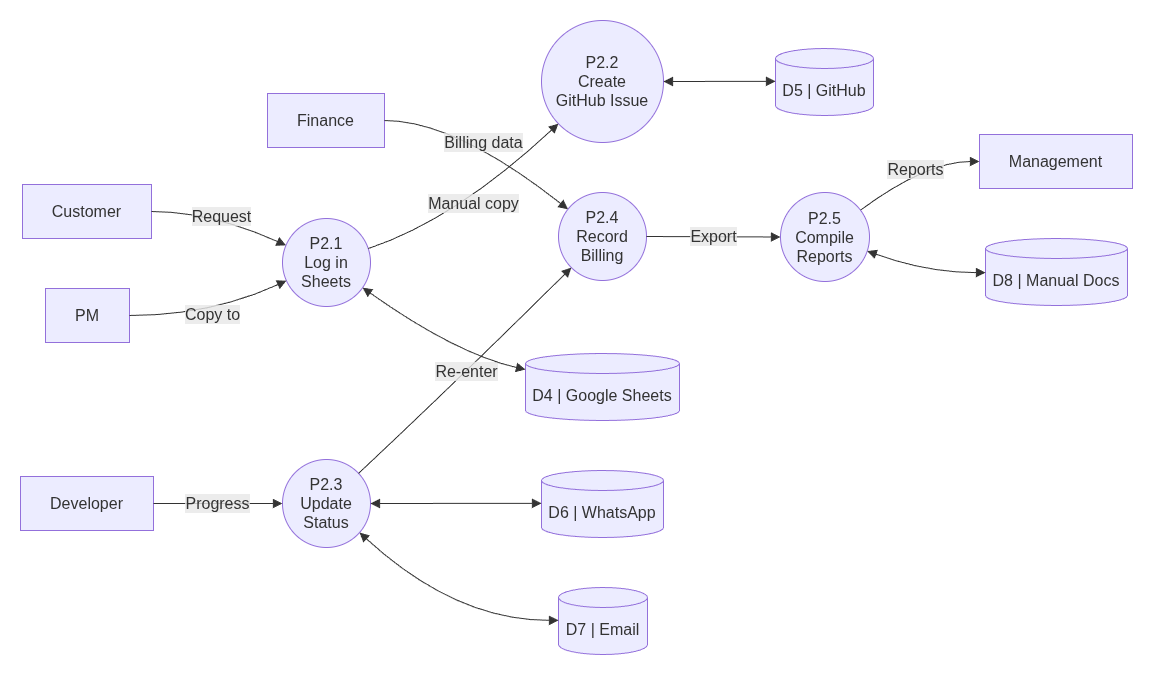
naim1405/ISAD keeps this draw.io diagram as NextStepBD_report/images/fig-4-18.png. Above is the earlier version. Source tidied: cells renumbered, new cells last; positions are measured from the earlier drawing's top-left corner, leaving out a move shared by most shapes.
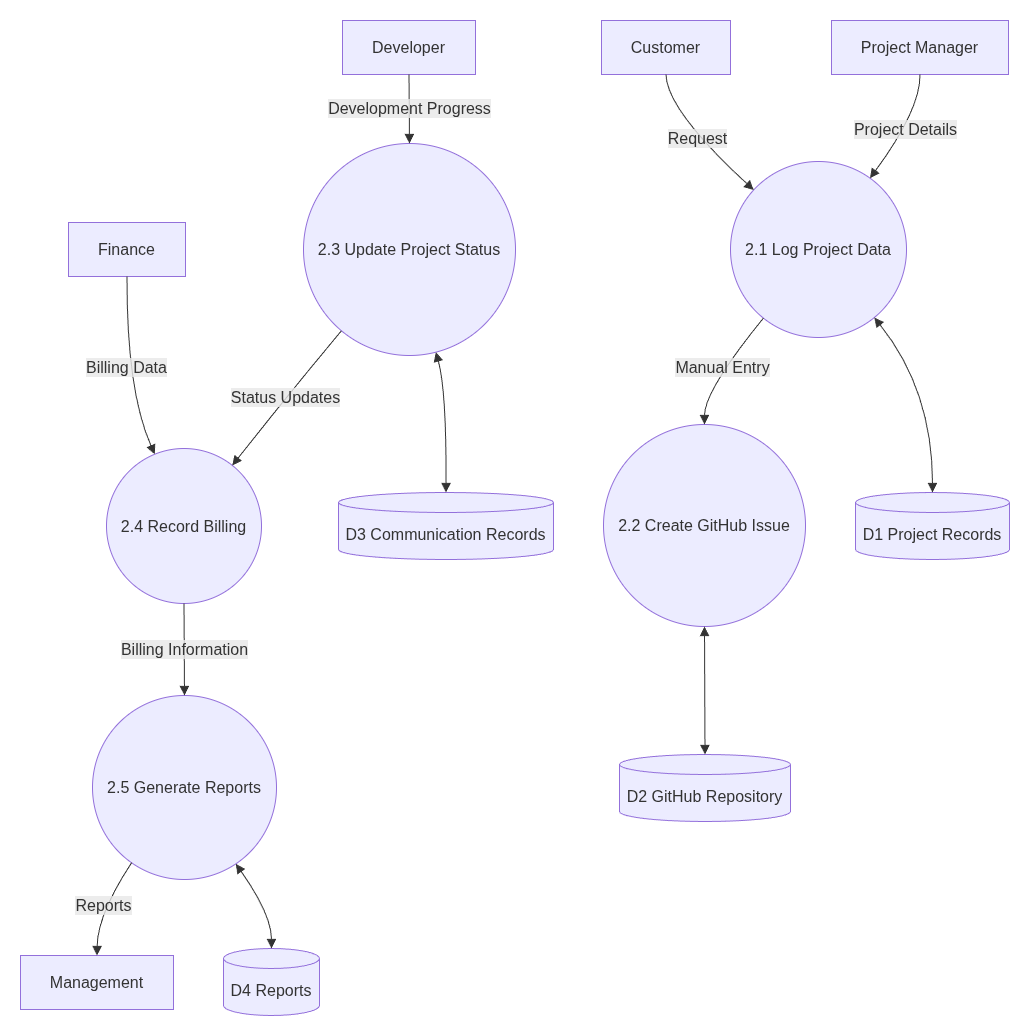
After the commit.

What changed in the source:
```diff
@@ -8,50 +8,47 @@
     <mxCell id="3" value="Customer" style="html=1;whiteSpace=wrap;strokeWidth=1;fillColor=light-dark(#ECECFF,#1f2020);strokeColor=light-dark(#9370DB,#cccccc);fontColor=light-dark(#333333,#cccccc);fontFamily=Trebuchet MS,Verdana,Arial,sans-serif;fontSize=16;" parent="2" vertex="1">
-      <mxGeometry x="72" y="204" width="129" height="54" as="geometry" />
+      <mxGeometry x="621" y="90" width="129" height="54" as="geometry" />
     </mxCell>
-    <mxCell id="4" value="PM" style="html=1;whiteSpace=wrap;strokeWidth=1;fillColor=light-dark(#ECECFF,#1f2020);strokeColor=light-dark(#9370DB,#cccccc);fontColor=light-dark(#333333,#cccccc);fontFamily=Trebuchet MS,Verdana,Arial,sans-serif;fontSize=16;" parent="2" vertex="1">
-      <mxGeometry x="95" y="308" width="84" height="54" as="geometry" />
-    </mxCell>
+    <mxCell id="31" value="Project Manager" style="html=1;whiteSpace=wrap;strokeWidth=1;fillColor=light-dark(#ECECFF,#1f2020);strokeColor=light-dark(#9370DB,#cccccc);fontColor=light-dark(#333333,#cccccc);fontFamily=Trebuchet MS,Verdana,Arial,sans-serif;fontSize=16;" parent="2" vertex="1">
+      <mxGeometry x="851" y="90" width="177" height="54" as="geometry" />
+    </mxCell>
     <mxCell id="5" value="Developer" style="html=1;whiteSpace=wrap;strokeWidth=1;fillColor=light-dark(#ECECFF,#1f2020);strokeColor=light-dark(#9370DB,#cccccc);fontColor=light-dark(#333333,#cccccc);fontFamily=Trebuchet MS,Verdana,Arial,sans-serif;fontSize=16;" parent="2" vertex="1">
-      <mxGeometry x="70" y="496" width="133" height="54" as="geometry" />
+      <mxGeometry x="362" y="90" width="133" height="54" as="geometry" />
     </mxCell>
     <mxCell id="6" value="Finance" style="html=1;whiteSpace=wrap;strokeWidth=1;fillColor=light-dark(#ECECFF,#1f2020);strokeColor=light-dark(#9370DB,#cccccc);fontColor=light-dark(#333333,#cccccc);fontFamily=Trebuchet MS,Verdana,Arial,sans-serif;fontSize=16;" parent="2" vertex="1">
-      <mxGeometry x="317" y="113" width="117" height="54" as="geometry" />
+      <mxGeometry x="88" y="292" width="117" height="54" as="geometry" />
     </mxCell>
     <mxCell id="7" value="Management" style="html=1;whiteSpace=wrap;strokeWidth=1;fillColor=light-dark(#ECECFF,#1f2020);strokeColor=light-dark(#9370DB,#cccccc);fontColor=light-dark(#333333,#cccccc);fontFamily=Trebuchet MS,Verdana,Arial,sans-serif;fontSize=16;" parent="2" vertex="1">
-      <mxGeometry x="1029" y="154" width="153" height="54" as="geometry" />
+      <mxGeometry x="40" y="1025" width="153" height="54" as="geometry" />
     </mxCell>
-    <mxCell id="8" value="P2.1&#10;Log in&#10;Sheets" style="ellipse;html=1;strokeWidth=1;whiteSpace=wrap;fillColor=light-dark(#ECECFF,#1f2020);strokeColor=light-dark(#9370DB,#cccccc);fontColor=light-dark(#333333,#cccccc);fontFamily=Trebuchet MS,Verdana,Arial,sans-serif;fontSize=16;" parent="2" vertex="1">
-      <mxGeometry x="332" y="238" width="88" height="88" as="geometry" />
-    </mxCell>
-    <mxCell id="9" value="P2.2&#10;Create&#10;GitHub Issue" style="ellipse;html=1;strokeWidth=1;whiteSpace=wrap;fillColor=light-dark(#ECECFF,#1f2020);strokeColor=light-dark(#9370DB,#cccccc);fontColor=light-dark(#333333,#cccccc);fontFamily=Trebuchet MS,Verdana,Arial,sans-serif;fontSize=16;" parent="2" vertex="1">
-      <mxGeometry x="591" y="40" width="122" height="122" as="geometry" />
-    </mxCell>
-    <mxCell id="10" value="P2.3&#10;Update&#10;Status" style="ellipse;html=1;strokeWidth=1;whiteSpace=wrap;fillColor=light-dark(#ECECFF,#1f2020);strokeColor=light-dark(#9370DB,#cccccc);fontColor=light-dark(#333333,#cccccc);fontFamily=Trebuchet MS,Verdana,Arial,sans-serif;fontSize=16;" parent="2" vertex="1">
-      <mxGeometry x="332" y="479" width="88" height="88" as="geometry" />
-    </mxCell>
-    <mxCell id="11" value="P2.4&#10;Record&#10;Billing" style="ellipse;html=1;strokeWidth=1;whiteSpace=wrap;fillColor=light-dark(#ECECFF,#1f2020);strokeColor=light-dark(#9370DB,#cccccc);fontColor=light-dark(#333333,#cccccc);fontFamily=Trebuchet MS,Verdana,Arial,sans-serif;fontSize=16;" parent="2" vertex="1">
-      <mxGeometry x="608" y="212" width="88" height="88" as="geometry" />
-    </mxCell>
-    <mxCell id="12" value="P2.5&#10;Compile&#10;Reports" style="ellipse;html=1;strokeWidth=1;whiteSpace=wrap;fillColor=light-dark(#ECECFF,#1f2020);strokeColor=light-dark(#9370DB,#cccccc);fontColor=light-dark(#333333,#cccccc);fontFamily=Trebuchet MS,Verdana,Arial,sans-serif;fontSize=16;" parent="2" vertex="1">
-      <mxGeometry x="830" y="212" width="89" height="89" as="geometry" />
-    </mxCell>
-    <mxCell id="13" value="D4 | Google Sheets" style="html=1;shape=cylinder3;boundedLbl=1;backgroundOutline=1;size=10;strokeWidth=1;whiteSpace=wrap;fillColor=light-dark(#ECECFF,#1f2020);strokeColor=light-dark(#9370DB,#cccccc);fontColor=light-dark(#333333,#cccccc);fontFamily=Trebuchet MS,Verdana,Arial,sans-serif;fontSize=16;" parent="2" vertex="1">
-      <mxGeometry x="575" y="373" width="154" height="67" as="geometry" />
-    </mxCell>
-    <mxCell id="14" value="D5 | GitHub" style="html=1;shape=cylinder3;boundedLbl=1;backgroundOutline=1;size=10;strokeWidth=1;whiteSpace=wrap;fillColor=light-dark(#ECECFF,#1f2020);strokeColor=light-dark(#9370DB,#cccccc);fontColor=light-dark(#333333,#cccccc);fontFamily=Trebuchet MS,Verdana,Arial,sans-serif;fontSize=16;" parent="2" vertex="1">
-      <mxGeometry x="825" y="68" width="98" height="67" as="geometry" />
-    </mxCell>
-    <mxCell id="15" value="D6 | WhatsApp" style="html=1;shape=cylinder3;boundedLbl=1;backgroundOutline=1;size=10;strokeWidth=1;whiteSpace=wrap;fillColor=light-dark(#ECECFF,#1f2020);strokeColor=light-dark(#9370DB,#cccccc);fontColor=light-dark(#333333,#cccccc);fontFamily=Trebuchet MS,Verdana,Arial,sans-serif;fontSize=16;" parent="2" vertex="1">
-      <mxGeometry x="591" y="490" width="122" height="67" as="geometry" />
-    </mxCell>
-    <mxCell id="16" value="D7 | Email" style="html=1;shape=cylinder3;boundedLbl=1;backgroundOutline=1;size=10;strokeWidth=1;whiteSpace=wrap;fillColor=light-dark(#ECECFF,#1f2020);strokeColor=light-dark(#9370DB,#cccccc);fontColor=light-dark(#333333,#cccccc);fontFamily=Trebuchet MS,Verdana,Arial,sans-serif;fontSize=16;" parent="2" vertex="1">
-      <mxGeometry x="608" y="607" width="89" height="67" as="geometry" />
-    </mxCell>
-    <mxCell id="17" value="D8 | Manual Docs" style="html=1;shape=cylinder3;boundedLbl=1;backgroundOutline=1;size=10;strokeWidth=1;whiteSpace=wrap;fillColor=light-dark(#ECECFF,#1f2020);strokeColor=light-dark(#9370DB,#cccccc);fontColor=light-dark(#333333,#cccccc);fontFamily=Trebuchet MS,Verdana,Arial,sans-serif;fontSize=16;" parent="2" vertex="1">
-      <mxGeometry x="1035" y="258" width="142" height="67" as="geometry" />
-    </mxCell>
+    <mxCell id="32" value="2.1 Log Project Data" style="ellipse;html=1;strokeWidth=1;whiteSpace=wrap;fillColor=light-dark(#ECECFF,#1f2020);strokeColor=light-dark(#9370DB,#cccccc);fontColor=light-dark(#333333,#cccccc);fontFamily=Trebuchet MS,Verdana,Arial,sans-serif;fontSize=16;" parent="2" vertex="1">
+      <mxGeometry x="750" y="231" width="176" height="176" as="geometry" />
+    </mxCell>
+    <mxCell id="33" value="2.2 Create GitHub Issue" style="ellipse;html=1;strokeWidth=1;whiteSpace=wrap;fillColor=light-dark(#ECECFF,#1f2020);strokeColor=light-dark(#9370DB,#cccccc);fontColor=light-dark(#333333,#cccccc);fontFamily=Trebuchet MS,Verdana,Arial,sans-serif;fontSize=16;" parent="2" vertex="1">
+      <mxGeometry x="623" y="494" width="202" height="202" as="geometry" />
+    </mxCell>
+    <mxCell id="34" value="2.3 Update Project Status" style="ellipse;html=1;strokeWidth=1;whiteSpace=wrap;fillColor=light-dark(#ECECFF,#1f2020);strokeColor=light-dark(#9370DB,#cccccc);fontColor=light-dark(#333333,#cccccc);fontFamily=Trebuchet MS,Verdana,Arial,sans-serif;fontSize=16;" parent="2" vertex="1">
+      <mxGeometry x="323" y="213" width="212" height="212" as="geometry" />
+    </mxCell>
+    <mxCell id="35" value="2.4 Record Billing" style="ellipse;html=1;strokeWidth=1;whiteSpace=wrap;fillColor=light-dark(#ECECFF,#1f2020);strokeColor=light-dark(#9370DB,#cccccc);fontColor=light-dark(#333333,#cccccc);fontFamily=Trebuchet MS,Verdana,Arial,sans-serif;fontSize=16;" parent="2" vertex="1">
+      <mxGeometry x="126" y="518" width="155" height="155" as="geometry" />
+    </mxCell>
+    <mxCell id="36" value="2.5 Generate Reports" style="ellipse;html=1;strokeWidth=1;whiteSpace=wrap;fillColor=light-dark(#ECECFF,#1f2020);strokeColor=light-dark(#9370DB,#cccccc);fontColor=light-dark(#333333,#cccccc);fontFamily=Trebuchet MS,Verdana,Arial,sans-serif;fontSize=16;" parent="2" vertex="1">
+      <mxGeometry x="112" y="765" width="184" height="184" as="geometry" />
+    </mxCell>
+    <mxCell id="37" value="D1 Project Records" style="html=1;shape=cylinder3;boundedLbl=1;backgroundOutline=1;size=10;strokeWidth=1;whiteSpace=wrap;fillColor=light-dark(#ECECFF,#1f2020);strokeColor=light-dark(#9370DB,#cccccc);fontColor=light-dark(#333333,#cccccc);fontFamily=Trebuchet MS,Verdana,Arial,sans-serif;fontSize=16;" parent="2" vertex="1">
+      <mxGeometry x="875" y="562" width="154" height="67" as="geometry" />
+    </mxCell>
+    <mxCell id="38" value="D2 GitHub Repository" style="html=1;shape=cylinder3;boundedLbl=1;backgroundOutline=1;size=10;strokeWidth=1;whiteSpace=wrap;fillColor=light-dark(#ECECFF,#1f2020);strokeColor=light-dark(#9370DB,#cccccc);fontColor=light-dark(#333333,#cccccc);fontFamily=Trebuchet MS,Verdana,Arial,sans-serif;fontSize=16;" parent="2" vertex="1">
+      <mxGeometry x="639" y="824" width="171" height="67" as="geometry" />
+    </mxCell>
+    <mxCell id="39" value="D3 Communication Records" style="html=1;shape=cylinder3;boundedLbl=1;backgroundOutline=1;size=10;strokeWidth=1;whiteSpace=wrap;fillColor=light-dark(#ECECFF,#1f2020);strokeColor=light-dark(#9370DB,#cccccc);fontColor=light-dark(#333333,#cccccc);fontFamily=Trebuchet MS,Verdana,Arial,sans-serif;fontSize=16;" parent="2" vertex="1">
+      <mxGeometry x="358" y="562" width="215" height="67" as="geometry" />
+    </mxCell>
+    <mxCell id="40" value="D4 Reports" style="html=1;shape=cylinder3;boundedLbl=1;backgroundOutline=1;size=10;strokeWidth=1;whiteSpace=wrap;fillColor=light-dark(#ECECFF,#1f2020);strokeColor=light-dark(#9370DB,#cccccc);fontColor=light-dark(#333333,#cccccc);fontFamily=Trebuchet MS,Verdana,Arial,sans-serif;fontSize=16;" parent="2" vertex="1">
+      <mxGeometry x="243" y="1018" width="96" height="67" as="geometry" />
+    </mxCell>
-    <mxCell id="18" value="Request" style="curved=1;startArrow=none;endArrow=block;endSize=7;strokeColor=light-dark(#333333,#cccccc);html=1;fontSize=16;labelBackgroundColor=light-dark(#E8E8E88D,#2a2a2a8D);fontFamily=Trebuchet MS,Verdana,Arial,sans-serif;fontColor=light-dark(#333333,#cccccc);exitX=1;exitY=0.5;entryX=0;entryY=0.28;rounded=0;" parent="2" edge="1" source="3" target="8">
+    <mxCell id="18" value="Request" style="curved=1;startArrow=none;endArrow=block;endSize=7;strokeColor=light-dark(#333333,#cccccc);html=1;fontSize=16;labelBackgroundColor=light-dark(#E8E8E88D,#2a2a2a8D);fontFamily=Trebuchet MS,Verdana,Arial,sans-serif;fontColor=light-dark(#333333,#cccccc);exitX=0.5;exitY=1;entryX=0;entryY=0.04;rounded=0;" parent="2" edge="1" source="3" target="32">
       <mxGeometry relative="1" as="geometry">
         <Array as="points">
-          <mxPoint x="260" y="231" />
+          <mxPoint x="686" y="179" />
         </Array>
@@ -59,40 +56,40 @@
     </mxCell>
-    <mxCell id="19" value="Copy to" style="curved=1;startArrow=none;endArrow=block;endSize=7;strokeColor=light-dark(#333333,#cccccc);html=1;fontSize=16;labelBackgroundColor=light-dark(#E8E8E88D,#2a2a2a8D);fontFamily=Trebuchet MS,Verdana,Arial,sans-serif;fontColor=light-dark(#333333,#cccccc);exitX=1;exitY=0.5;entryX=0;entryY=0.73;rounded=0;" parent="2" edge="1" source="4" target="8">
-      <mxGeometry relative="1" as="geometry">
-        <Array as="points">
-          <mxPoint x="260" y="335" />
-        </Array>
-      </mxGeometry>
-    </mxCell>
-    <mxCell id="20" value="Manual copy" style="curved=1;startArrow=none;endArrow=block;endSize=7;strokeColor=light-dark(#333333,#cccccc);html=1;fontSize=16;labelBackgroundColor=light-dark(#E8E8E88D,#2a2a2a8D);fontFamily=Trebuchet MS,Verdana,Arial,sans-serif;fontColor=light-dark(#333333,#cccccc);exitX=1;exitY=0.33;entryX=0;entryY=0.97;rounded=0;" parent="2" edge="1" source="8" target="9">
-      <mxGeometry relative="1" as="geometry">
-        <Array as="points">
-          <mxPoint x="505" y="239" />
-        </Array>
-      </mxGeometry>
-    </mxCell>
-    <mxCell id="21" value="Progress" style="curved=1;startArrow=none;endArrow=block;endSize=7;strokeColor=light-dark(#333333,#cccccc);html=1;fontSize=16;labelBackgroundColor=light-dark(#E8E8E88D,#2a2a2a8D);fontFamily=Trebuchet MS,Verdana,Arial,sans-serif;fontColor=light-dark(#333333,#cccccc);exitX=1;exitY=0.5;entryX=0;entryY=0.5;rounded=0;" parent="2" edge="1" source="5" target="10">
-      <mxGeometry relative="1" as="geometry" />
-    </mxCell>
-    <mxCell id="22" value="Re-enter" style="curved=1;startArrow=none;endArrow=block;endSize=7;strokeColor=light-dark(#333333,#cccccc);html=1;fontSize=16;labelBackgroundColor=light-dark(#E8E8E88D,#2a2a2a8D);fontFamily=Trebuchet MS,Verdana,Arial,sans-serif;fontColor=light-dark(#333333,#cccccc);exitX=1;exitY=0.03;entryX=0;entryY=1;rounded=0;" parent="2" edge="1" source="10" target="11">
-      <mxGeometry relative="1" as="geometry">
-        <Array as="points">
-          <mxPoint x="505" y="402" />
-        </Array>
-      </mxGeometry>
-    </mxCell>
-    <mxCell id="23" value="Billing data" style="curved=1;startArrow=none;endArrow=block;endSize=7;strokeColor=light-dark(#333333,#cccccc);html=1;fontSize=16;labelBackgroundColor=light-dark(#E8E8E88D,#2a2a2a8D);fontFamily=Trebuchet MS,Verdana,Arial,sans-serif;fontColor=light-dark(#333333,#cccccc);exitX=1;exitY=0.5;entryX=0;entryY=0.1;rounded=0;" parent="2" edge="1" source="6" target="11">
-      <mxGeometry relative="1" as="geometry">
-        <Array as="points">
-          <mxPoint x="505" y="140" />
-        </Array>
-      </mxGeometry>
-    </mxCell>
-    <mxCell id="24" value="Export" style="curved=1;startArrow=none;endArrow=block;endSize=7;strokeColor=light-dark(#333333,#cccccc);html=1;fontSize=16;labelBackgroundColor=light-dark(#E8E8E88D,#2a2a2a8D);fontFamily=Trebuchet MS,Verdana,Arial,sans-serif;fontColor=light-dark(#333333,#cccccc);exitX=1;exitY=0.5;entryX=0;entryY=0.49;rounded=0;" parent="2" edge="1" source="11" target="12">
-      <mxGeometry relative="1" as="geometry" />
-    </mxCell>
+    <mxCell id="41" value="Project Details" style="curved=1;startArrow=none;endArrow=block;endSize=7;strokeColor=light-dark(#333333,#cccccc);html=1;fontSize=16;labelBackgroundColor=light-dark(#E8E8E88D,#2a2a2a8D);fontFamily=Trebuchet MS,Verdana,Arial,sans-serif;fontColor=light-dark(#333333,#cccccc);exitX=0.5;exitY=1;entryX=0.86;entryY=0;rounded=0;" parent="2" edge="1" source="31" target="32">
+      <mxGeometry relative="1" as="geometry">
+        <Array as="points">
+          <mxPoint x="940" y="179" />
+        </Array>
+      </mxGeometry>
+    </mxCell>
+    <mxCell id="42" value="Manual Entry" style="curved=1;startArrow=none;endArrow=block;endSize=7;strokeColor=light-dark(#333333,#cccccc);html=1;fontSize=16;labelBackgroundColor=light-dark(#E8E8E88D,#2a2a2a8D);fontFamily=Trebuchet MS,Verdana,Arial,sans-serif;fontColor=light-dark(#333333,#cccccc);exitX=0.1;exitY=1;entryX=0.5;entryY=0;rounded=0;" parent="2" edge="1" source="32" target="33">
+      <mxGeometry relative="1" as="geometry">
+        <Array as="points">
+          <mxPoint x="724" y="460" />
+        </Array>
+      </mxGeometry>
+    </mxCell>
+    <mxCell id="43" value="Development Progress" style="curved=1;startArrow=none;endArrow=block;endSize=7;strokeColor=light-dark(#333333,#cccccc);html=1;fontSize=16;labelBackgroundColor=light-dark(#E8E8E88D,#2a2a2a8D);fontFamily=Trebuchet MS,Verdana,Arial,sans-serif;fontColor=light-dark(#333333,#cccccc);exitX=0.5;exitY=1;entryX=0.5;entryY=0;rounded=0;" parent="2" edge="1" source="5" target="34">
+      <mxGeometry relative="1" as="geometry" />
+    </mxCell>
+    <mxCell id="44" value="Status Updates" style="curved=1;startArrow=none;endArrow=block;endSize=7;strokeColor=light-dark(#333333,#cccccc);html=1;fontSize=16;labelBackgroundColor=light-dark(#E8E8E88D,#2a2a2a8D);fontFamily=Trebuchet MS,Verdana,Arial,sans-serif;fontColor=light-dark(#333333,#cccccc);exitX=0.08;exitY=1;entryX=0.9;entryY=0;rounded=0;" parent="2" edge="1" source="34" target="35">
+      <mxGeometry relative="1" as="geometry">
+        <Array as="points">
+          <mxPoint x="311" y="460" />
+        </Array>
+      </mxGeometry>
+    </mxCell>
+    <mxCell id="45" value="Billing Data" style="curved=1;startArrow=none;endArrow=block;endSize=7;strokeColor=light-dark(#333333,#cccccc);html=1;fontSize=16;labelBackgroundColor=light-dark(#E8E8E88D,#2a2a2a8D);fontFamily=Trebuchet MS,Verdana,Arial,sans-serif;fontColor=light-dark(#333333,#cccccc);exitX=0.5;exitY=1;entryX=0.29;entryY=0;rounded=0;" parent="2" edge="1" source="6" target="35">
+      <mxGeometry relative="1" as="geometry">
+        <Array as="points">
+          <mxPoint x="146" y="460" />
+        </Array>
+      </mxGeometry>
+    </mxCell>
+    <mxCell id="46" value="Billing Information" style="curved=1;startArrow=none;endArrow=block;endSize=7;strokeColor=light-dark(#333333,#cccccc);html=1;fontSize=16;labelBackgroundColor=light-dark(#E8E8E88D,#2a2a2a8D);fontFamily=Trebuchet MS,Verdana,Arial,sans-serif;fontColor=light-dark(#333333,#cccccc);exitX=0.5;exitY=1;entryX=0.5;entryY=0;rounded=0;" parent="2" edge="1" source="35" target="36">
+      <mxGeometry relative="1" as="geometry" />
+    </mxCell>
-    <mxCell id="25" value="Reports" style="curved=1;startArrow=none;endArrow=block;endSize=7;strokeColor=light-dark(#333333,#cccccc);html=1;fontSize=16;labelBackgroundColor=light-dark(#E8E8E88D,#2a2a2a8D);fontFamily=Trebuchet MS,Verdana,Arial,sans-serif;fontColor=light-dark(#333333,#cccccc);exitX=1;exitY=0.12;entryX=0;entryY=0.5;rounded=0;" parent="2" edge="1" source="12" target="7">
+    <mxCell id="25" value="Reports" style="curved=1;startArrow=none;endArrow=block;endSize=7;strokeColor=light-dark(#333333,#cccccc);html=1;fontSize=16;labelBackgroundColor=light-dark(#E8E8E88D,#2a2a2a8D);fontFamily=Trebuchet MS,Verdana,Arial,sans-serif;fontColor=light-dark(#333333,#cccccc);exitX=0.15;exitY=1;entryX=0.5;entryY=0;rounded=0;" parent="2" edge="1" source="36" target="7">
       <mxGeometry relative="1" as="geometry">
         <Array as="points">
-          <mxPoint x="976" y="181" />
+          <mxPoint x="117" y="984" />
         </Array>
@@ -100,29 +97,26 @@
     </mxCell>
-    <mxCell id="26" style="curved=1;startArrow=block;startSize=7;endArrow=block;endSize=7;strokeColor=light-dark(#333333,#cccccc);exitX=1;exitY=0.85;entryX=0;entryY=0.24;rounded=0;" parent="2" edge="1" source="8" target="13">
-      <mxGeometry relative="1" as="geometry">
-        <Array as="points">
-          <mxPoint x="505" y="373" />
-        </Array>
-      </mxGeometry>
-    </mxCell>
-    <mxCell id="27" style="curved=1;startArrow=block;startSize=7;endArrow=block;endSize=7;strokeColor=light-dark(#333333,#cccccc);exitX=1;exitY=0.5;entryX=0;entryY=0.49;rounded=0;" parent="2" edge="1" source="9" target="14">
-      <mxGeometry relative="1" as="geometry" />
-    </mxCell>
-    <mxCell id="28" style="curved=1;startArrow=block;startSize=7;endArrow=block;endSize=7;strokeColor=light-dark(#333333,#cccccc);exitX=1;exitY=0.5;entryX=0;entryY=0.49;rounded=0;" parent="2" edge="1" source="10" target="15">
-      <mxGeometry relative="1" as="geometry" />
-    </mxCell>
-    <mxCell id="29" style="curved=1;startArrow=block;startSize=7;endArrow=block;endSize=7;strokeColor=light-dark(#333333,#cccccc);exitX=1;exitY=0.95;entryX=0;entryY=0.49;rounded=0;" parent="2" edge="1" source="10" target="16">
-      <mxGeometry relative="1" as="geometry">
-        <Array as="points">
-          <mxPoint x="505" y="640" />
-        </Array>
-      </mxGeometry>
-    </mxCell>
-    <mxCell id="30" style="curved=1;startArrow=block;startSize=7;endArrow=block;endSize=7;strokeColor=light-dark(#333333,#cccccc);exitX=1;exitY=0.67;entryX=0;entryY=0.51;rounded=0;" parent="2" edge="1" source="12" target="17">
-      <mxGeometry relative="1" as="geometry">
-        <Array as="points">
-          <mxPoint x="976" y="292" />
-        </Array>
-      </mxGeometry>
-    </mxCell>
+    <mxCell id="47" style="curved=1;startArrow=block;startSize=7;endArrow=block;endSize=7;strokeColor=light-dark(#333333,#cccccc);exitX=0.91;exitY=1;entryX=0.5;entryY=0;rounded=0;" parent="2" edge="1" source="32" target="37">
+      <mxGeometry relative="1" as="geometry">
+        <Array as="points">
+          <mxPoint x="952" y="460" />
+        </Array>
+      </mxGeometry>
+    </mxCell>
+    <mxCell id="48" style="curved=1;startArrow=block;startSize=7;endArrow=block;endSize=7;strokeColor=light-dark(#333333,#cccccc);exitX=0.5;exitY=1;entryX=0.5;entryY=0;rounded=0;" parent="2" edge="1" source="33" target="38">
+      <mxGeometry relative="1" as="geometry" />
+    </mxCell>
+    <mxCell id="49" style="curved=1;startArrow=block;startSize=7;endArrow=block;endSize=7;strokeColor=light-dark(#333333,#cccccc);exitX=0.63;exitY=1;entryX=0.5;entryY=0;rounded=0;" parent="2" edge="1" source="34" target="39">
+      <mxGeometry relative="1" as="geometry">
+        <Array as="points">
+          <mxPoint x="466" y="460" />
+        </Array>
+      </mxGeometry>
+    </mxCell>
+    <mxCell id="50" style="curved=1;startArrow=block;startSize=7;endArrow=block;endSize=7;strokeColor=light-dark(#333333,#cccccc);exitX=0.84;exitY=1;entryX=0.5;entryY=0;rounded=0;" parent="2" edge="1" source="36" target="40">
+      <mxGeometry relative="1" as="geometry">
+        <Array as="points">
+          <mxPoint x="291" y="984" />
+        </Array>
+      </mxGeometry>
+    </mxCell>
   </root>
```
